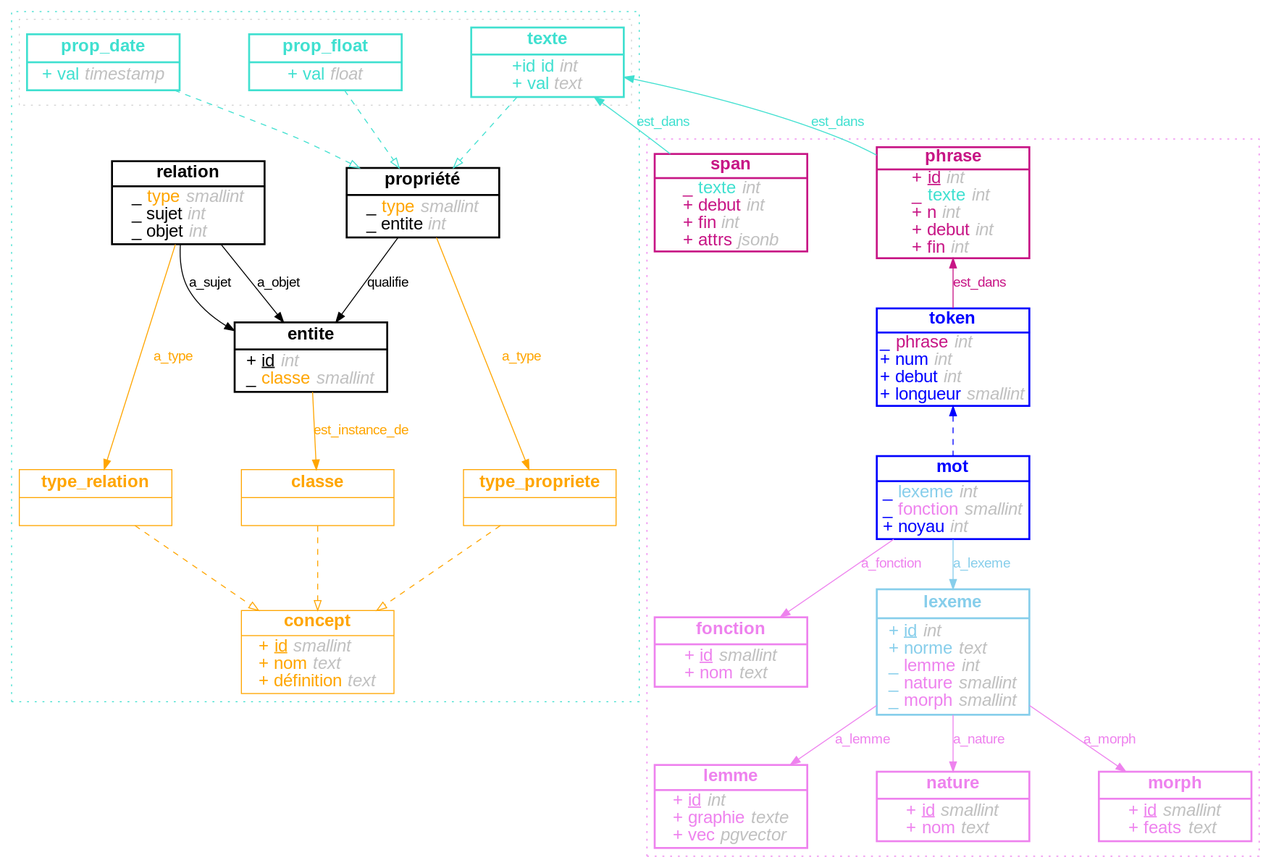
Above: img/diagram_records.dot.png in thjbdvlt/litteralement (Graphviz), before the change. Its source is kept beside it as img/diagram_records.dot.
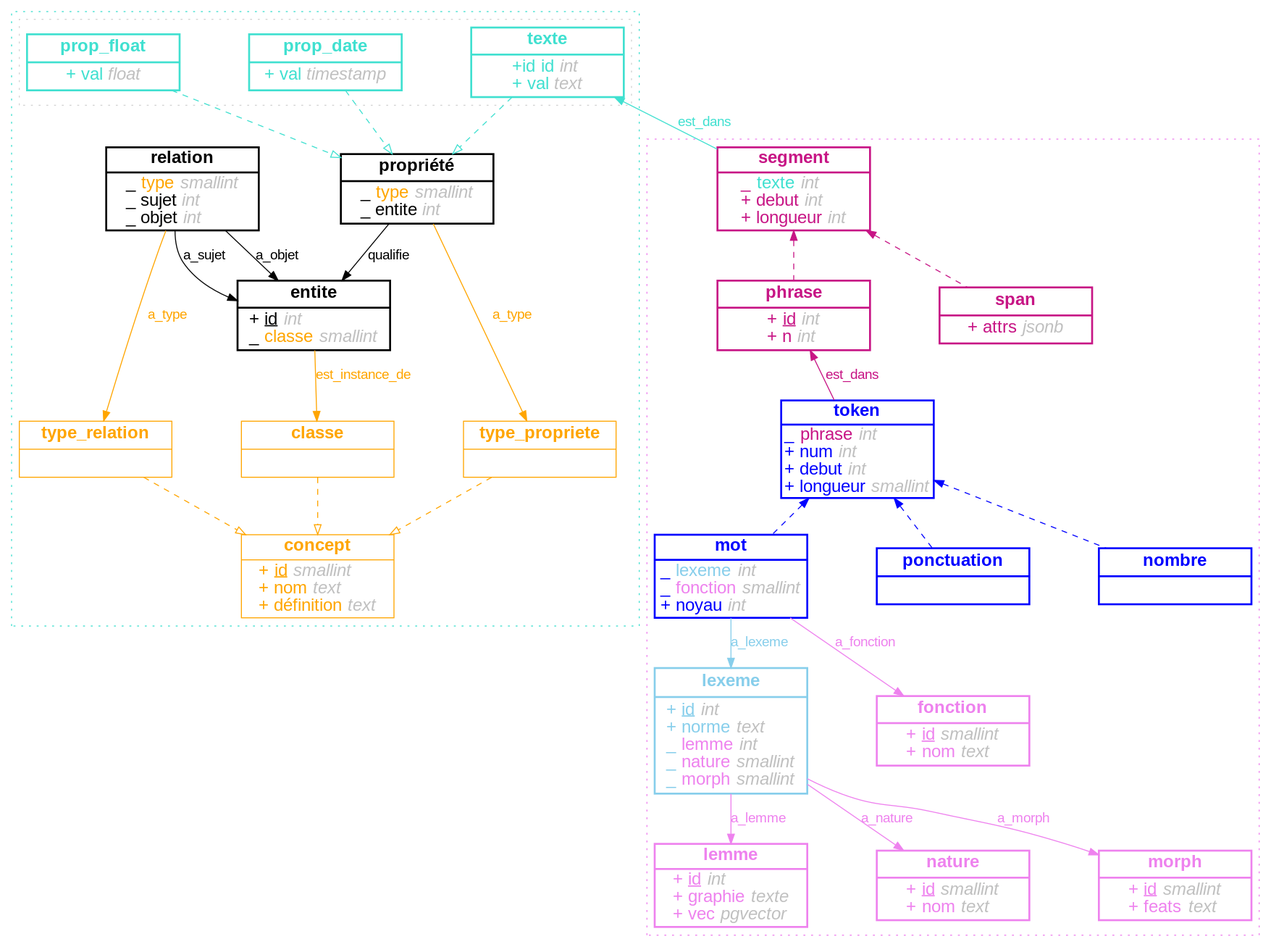
Above is the later version.

Change to the diagram source:
```diff
@@ -196,6 +196,24 @@
         style=dotted
         color=violet
 
+        segment [
+            pos="140,385"
+            shape=record
+            label= <{
+<b>segment</b> |
+_ <font color="turquoise">texte</font> <i><font color="grey">int</font></i><br align="left"/>
++ debut <i><font color="grey">int</font></i><br align="left"/>
++ longueur <i><font color="grey">int</font></i><br align="left"/>
+}>
+            fixedsize=true
+            width=2.2
+            height=1.2
+            fontname=arial
+            fontsize=18
+            fontcolor="mediumvioletred"
+            color="mediumvioletred"
+            style=bold
+        ]
 
         phrase [
             pos="140,385"
@@ -203,14 +221,11 @@
             label= <{
 <b>phrase</b> |
 + <font><u>id</u></font> <i><font color="grey">int</font></i><br align="left"/>
-_ <font color="turquoise">texte</font> <i><font color="grey">int</font></i><br align="left"/>
 + n <i><font color="grey">int</font></i><br align="left"/>
-+ debut <i><font color="grey">int</font></i><br align="left"/>
-+ fin <i><font color="grey">int</font></i><br align="left"/>
 }>
             fixedsize=true
             width=2.2
-            height=1.6
+            height=1.0
             fontname=arial
             fontsize=18
             fontcolor="mediumvioletred"
@@ -223,14 +238,11 @@
             shape=record
             label= <{
 <b>span</b> |
-_ <font color="turquoise">texte</font> <i><font color="grey">int</font></i><br align="left"/>
-+ debut <i><font color="grey">int</font></i><br align="left"/>
-+ fin <i><font color="grey">int</font></i><br align="left"/>
 + attrs <i><font color="grey">jsonb</font></i><br align="left"/>
 }>
             fixedsize=true
             width=2.2
-            height=1.4
+            height=0.8
             fontname=arial
             fontsize=18
             fontcolor="mediumvioletred"
@@ -271,6 +283,38 @@
             fixedsize=true
             width=2.2
             height=1.2
+            fontname=arial
+            fontsize=18
+            fontcolor="blue"
+            color="blue"
+        ]
+
+        ponctuation [
+            pos="391,122"
+            shape=record
+            label= <{
+<b>ponctuation</b> |
+}>
+            style=bold
+            fixedsize=true
+            width=2.2
+            height=0.8
+            fontname=arial
+            fontsize=18
+            fontcolor="blue"
+            color="blue"
+        ]
+
+        nombre [
+            pos="391,122"
+            shape=record
+            label= <{
+<b>nombre</b> |
+}>
+            style=bold
+            fixedsize=true
+            width=2.2
+            height=0.8
             fontname=arial
             fontsize=18
             fontcolor="blue"
@@ -371,11 +415,15 @@
             color="violet"
         ]
 
-        texte -> phrase [label=est_dans color="turquoise" fontcolor="turquoise" dir=back fontname=arial]
-        texte -> span [label=est_dans color="turquoise" fontcolor="turquoise" dir=back fontname=arial]
+        texte -> segment [label=est_dans color="turquoise" fontcolor="turquoise" dir=back fontname=arial]
+        segment -> phrase [style=dashed arrowhead=empty color="mediumvioletred" dir=back]
+        segment -> span [style=dashed arrowhead=empty color="mediumvioletred" dir=back]
+
         phrase -> token [label=est_dans color="mediumvioletred" fontcolor="mediumvioletred" dir=back fontname=arial]
 
         token -> mot [style=dashed arrowhead=empty color="blue" dir=back]
+        token -> ponctuation [style=dashed arrowhead=empty color="blue" dir=back]
+        token -> nombre [style=dashed arrowhead=empty color="blue" dir=back]
 
         mot -> lexeme [label=a_lexeme color="skyblue" fontcolor="skyblue" fontname=arial]
         mot -> fonction [label=a_fonction color=violet fontcolor=violet fontname=arial]
```
